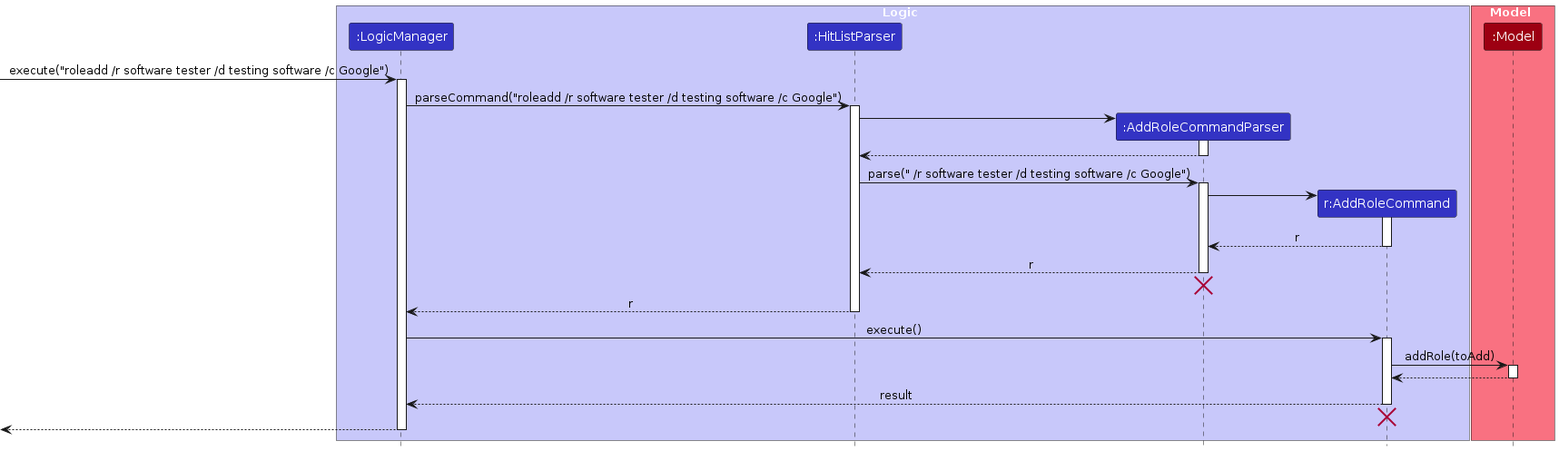
The PlantUML diagram diagrams/add-role/RoleAddSequenceDiagram-Logic.png in AY2526S2-CS2103T-W11-2/tp, before a commit. Its source is kept beside it as diagrams/add-role/RoleAddSequenceDiagram-Logic.puml.
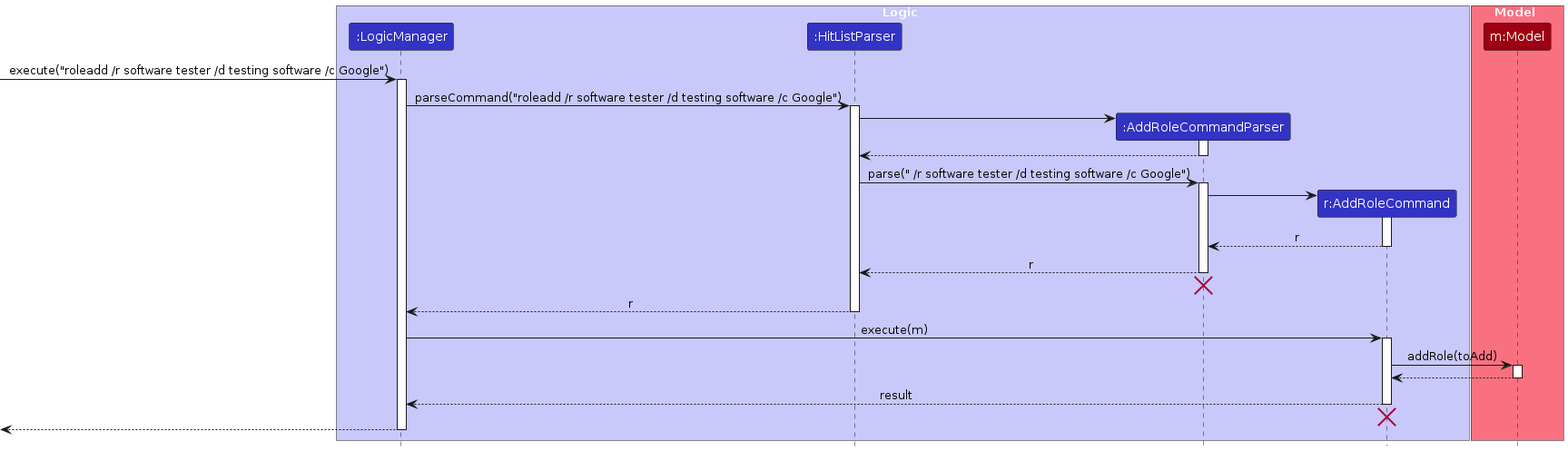
Above is the later version.

Diff of the diagram source:
```diff
@@ -10,7 +10,7 @@
 end box
 
 box Model MODEL_COLOR_T1
-participant ":Model" as Model MODEL_COLOR
+participant "m:Model" as Model MODEL_COLOR
 end box
 
 [-> LogicManager : execute("roleadd /r software tester /d testing software /c Google")
@@ -44,7 +44,7 @@
 HitListParser --> LogicManager : r
 deactivate HitListParser
 
-LogicManager -> AddRoleCommand : execute()
+LogicManager -> AddRoleCommand : execute(m)
 activate AddRoleCommand
 
 AddRoleCommand -> Model : addRole(toAdd)
```
